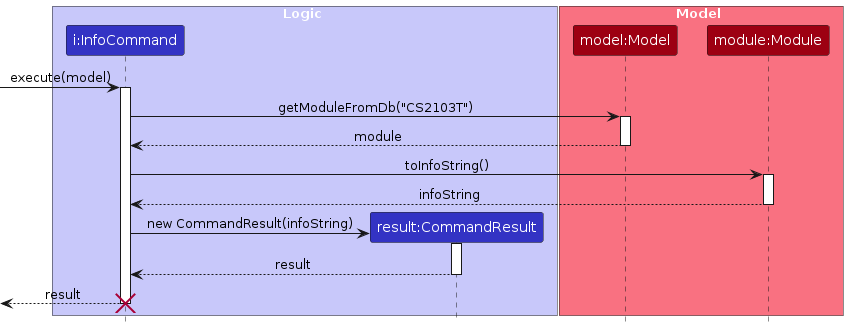
ji-just-ji/tp keeps this PlantUML diagram as diagrams/InfoCommandSequenceDiagram.png. Above is the earlier version. Its source is kept beside it as diagrams/InfoCommandSequenceDiagram.puml.
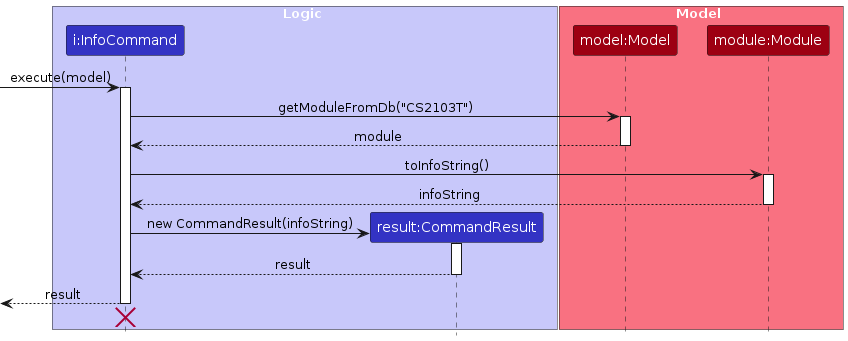
Above is the later version.

Change to the diagram source:
```diff
@@ -36,6 +36,7 @@
 
 [<-- InfoCommand : result
 deactivate InfoCommand
+InfoCommand -[hidden]-> CommandResult
 destroy InfoCommand
 
 @enduml
```
